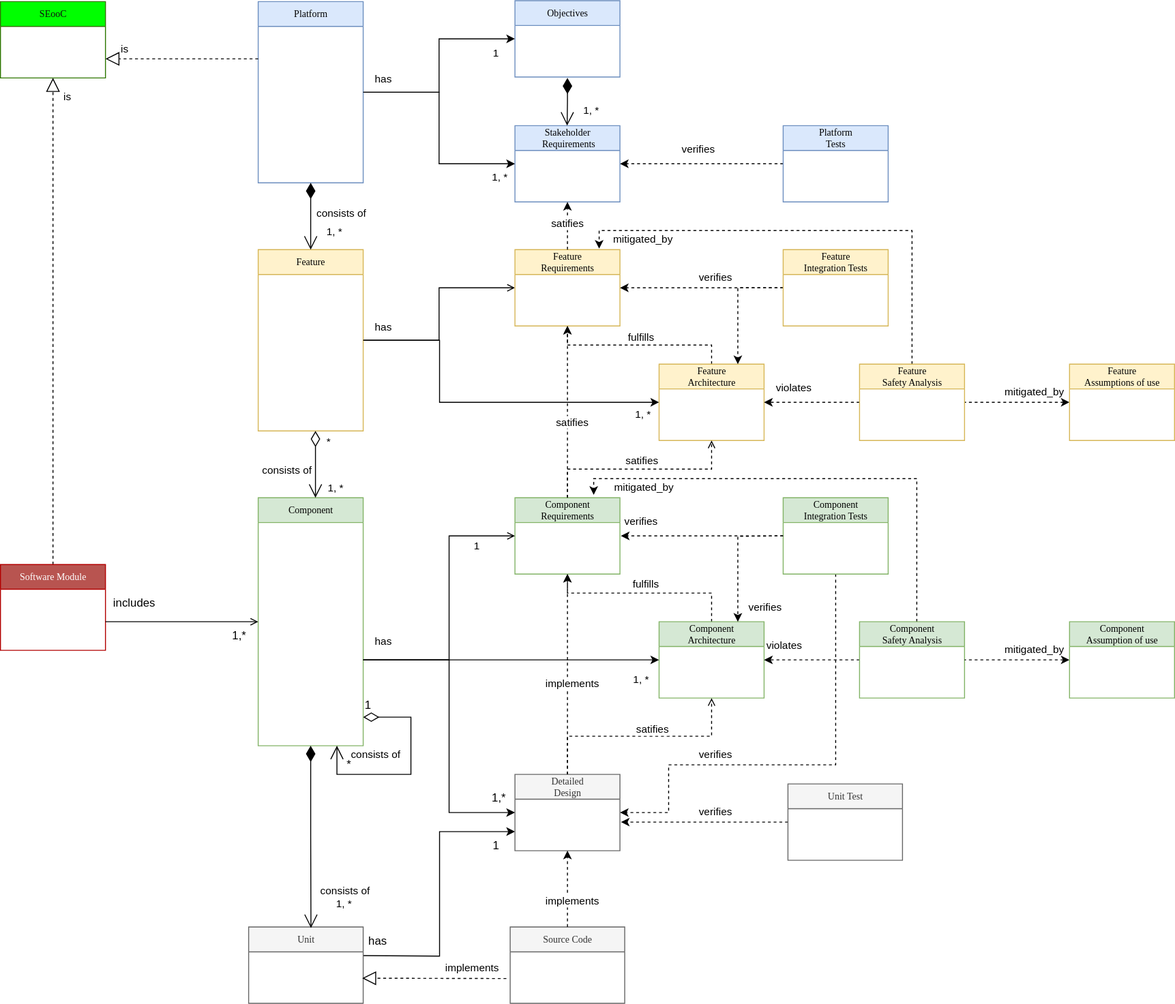
Before: main/_images/score_building_blocks_meta_model.drawio.svg, a diagram exported from draw.io (eclipse-score/process_description). Source tidied: cells renumbered, new cells last; positions are measured from the earlier drawing's top-left corner, leaving out a move shared by most shapes.
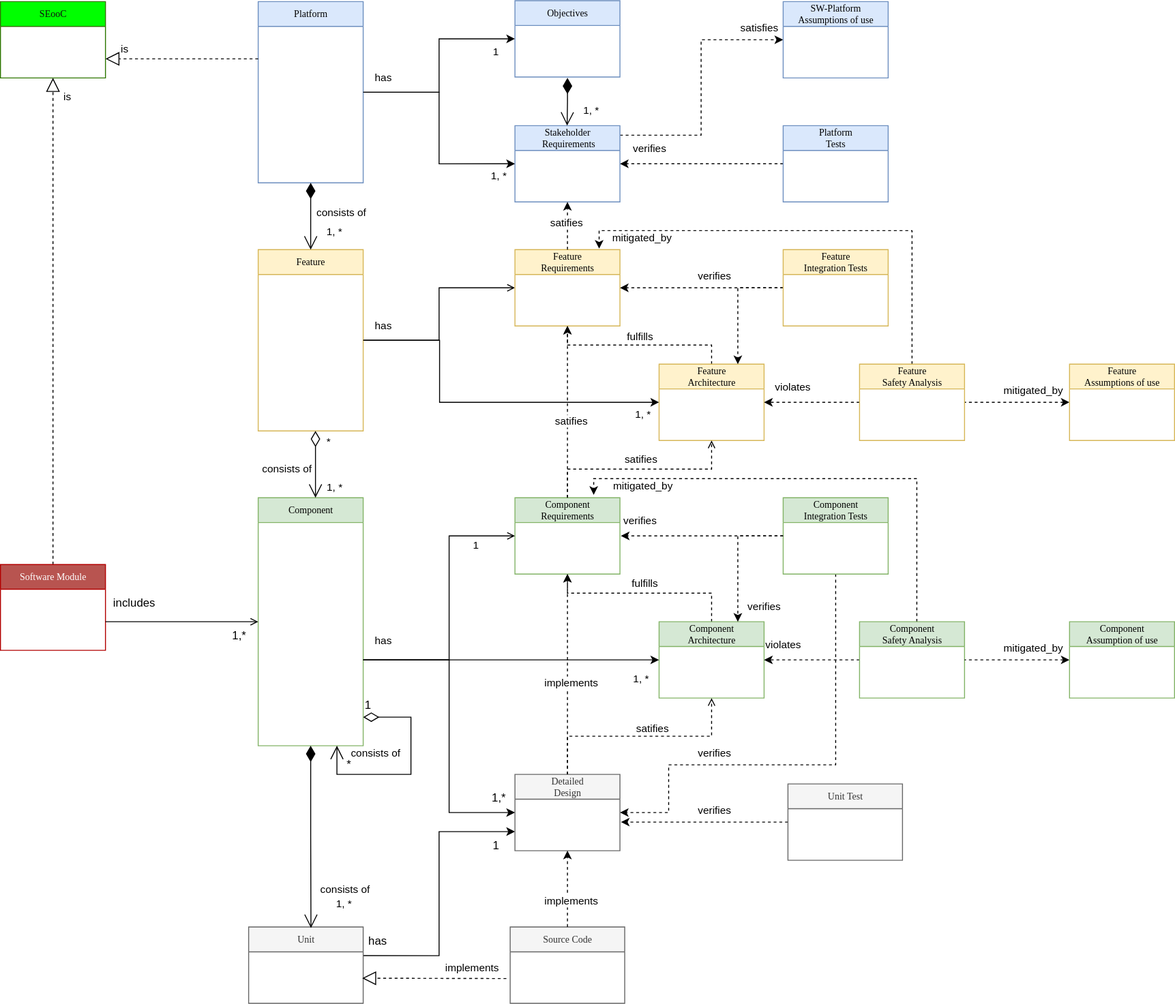
After the commit.

The edit, as a diff of the source:
```diff
@@ -88,6 +88,14 @@
         <mxPoint x="-19" y="-130" as="offset" />
       </mxGeometry>
     </mxCell>
+    <mxCell id="101" style="edgeStyle=orthogonalEdgeStyle;rounded=0;jettySize=auto;html=1;entryX=0;entryY=0.5;entryDx=0;entryDy=0;dashed=1;" parent="1" edge="1" source="24" target="102">
+      <mxGeometry relative="1" as="geometry">
+        <Array as="points">
+          <mxPoint x="734" y="141" />
+          <mxPoint x="734" y="41" />
+        </Array>
+      </mxGeometry>
+    </mxCell>
     <mxCell id="24" value="Stakeholder&lt;br&gt;&amp;nbsp;Requirements" style="swimlane;html=1;fontStyle=0;horizontal=1;startSize=26;fillColor=#dae8fc;swimlaneFillColor=#ffffff;rounded=0;shadow=0;comic=0;labelBackgroundColor=none;strokeWidth=1;fontFamily=Verdana;fontSize=10;align=center;strokeColor=#6c8ebf;" parent="1" vertex="1">
       <mxGeometry x="539" y="131" width="110" height="80" as="geometry" />
     </mxCell>
@@ -339,7 +347,7 @@
       <mxGeometry x="820" y="261" width="110" height="80" as="geometry" />
     </mxCell>
     <mxCell id="75" value="verifies" style="edgeLabel;html=1;align=center;verticalAlign=middle;" parent="1" vertex="1">
-      <mxGeometry x="730" y="161" as="geometry">
+      <mxGeometry x="680" y="161" as="geometry">
         <mxPoint y="-6" as="offset" />
       </mxGeometry>
     </mxCell>
@@ -458,5 +466,13 @@
         <mxPoint x="820" y="561" as="sourcePoint" />
       </mxGeometry>
     </mxCell>
+    <mxCell id="102" value="SW-Platform&lt;br&gt;Assumptions of use" style="swimlane;html=1;fontStyle=0;horizontal=1;startSize=26;fillColor=#dae8fc;swimlaneFillColor=#ffffff;rounded=0;shadow=0;comic=0;labelBackgroundColor=none;strokeWidth=1;fontFamily=Verdana;fontSize=10;align=center;strokeColor=#6c8ebf;" parent="1" vertex="1">
+      <mxGeometry x="820" y="1" width="110" height="80" as="geometry" />
+    </mxCell>
+    <mxCell id="103" value="satisfies" style="edgeLabel;html=1;align=center;verticalAlign=middle;" parent="1" vertex="1">
+      <mxGeometry x="740" y="171" as="geometry">
+        <mxPoint x="55" y="-142" as="offset" />
+      </mxGeometry>
+    </mxCell>
   </root>
 </mxGraphModel>
```
